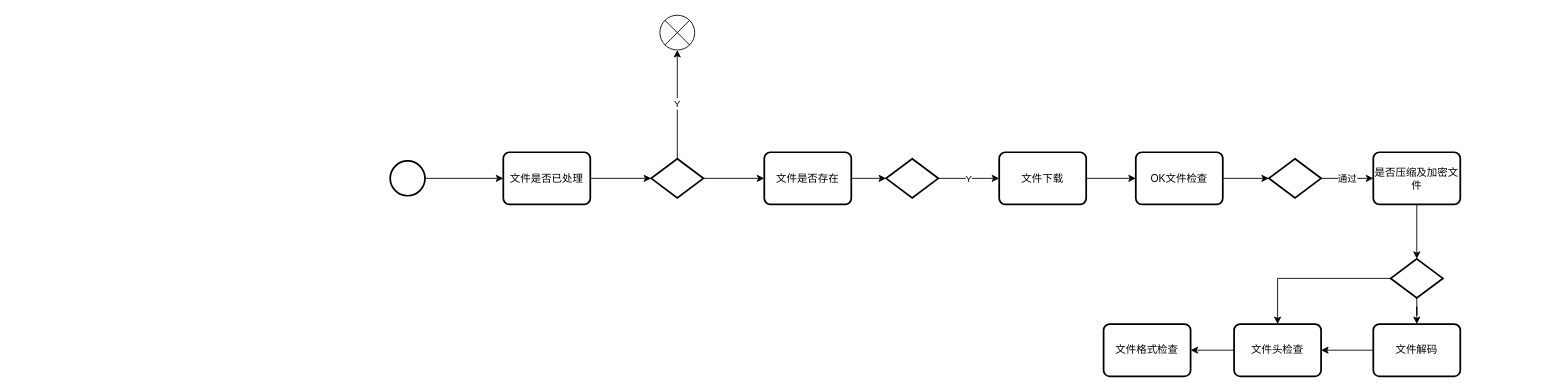
Above: page "Page-5" (5 of 5) of diagrams.net/DDDtest.drawio in ZhengweiHou/simplegit (draw.io), before the change. Source tidied: cells renumbered, new cells numbered last; positions are measured from the earlier drawing's top-left corner, leaving out a move shared by most shapes. Both pictures are drawn from the tidied source at 87%, with x=0, y=0 at pixel (390, 15).
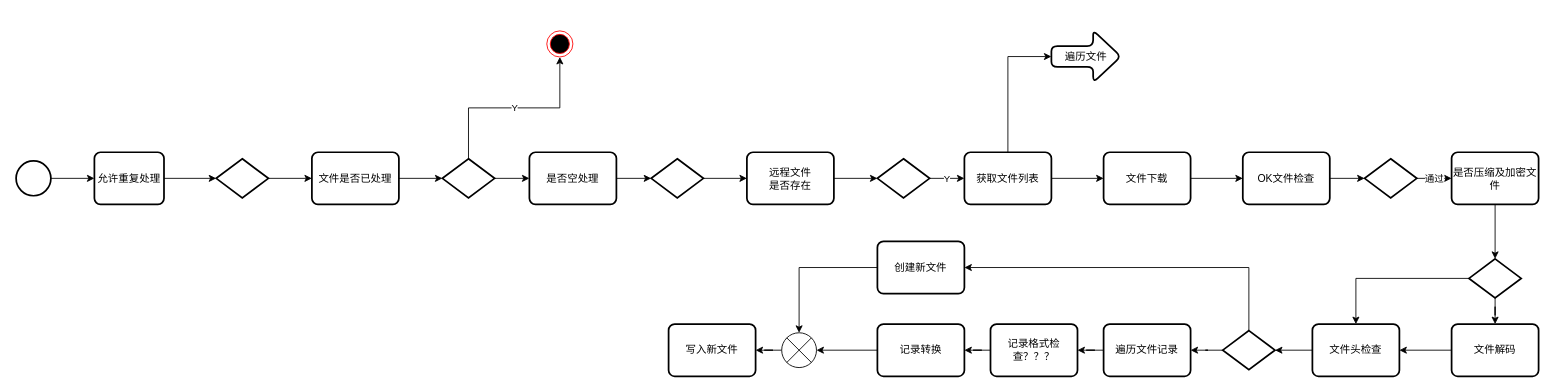
After the change.

What changed in the source:
```diff
@@
     <mxCell id="3" style="strokeWidth=2;html=1;shape=mxgraph.flowchart.start_2;whiteSpace=wrap;" parent="1" vertex="1">
-      <mxGeometry y="167.5" width="40" height="40" as="geometry" />
+      <mxGeometry x="-430" y="167.5" width="40" height="40" as="geometry" />
     </mxCell>
-    <mxCell id="4" style="edgeStyle=orthogonalEdgeStyle;rounded=0;jettySize=auto;html=1;" parent="1" edge="1" source="8" target="5">
+    <mxCell id="4" style="edgeStyle=orthogonalEdgeStyle;rounded=0;jettySize=auto;html=1;entryX=0;entryY=0.5;entryDx=0;entryDy=0;" parent="1" edge="1" source="8" target="41">
       <mxGeometry relative="1" as="geometry" />
     </mxCell>
-    <mxCell id="5" value="文件是否存在" style="rounded=1;whiteSpace=wrap;html=1;absoluteArcSize=1;arcSize=14;strokeWidth=2;" parent="1" vertex="1">
-      <mxGeometry x="430" y="157.5" width="100" height="60" as="geometry" />
+    <mxCell id="5" value="&lt;div&gt;远程文件&lt;/div&gt;&lt;div&gt;是否存在&lt;/div&gt;" style="rounded=1;whiteSpace=wrap;html=1;absoluteArcSize=1;arcSize=14;strokeWidth=2;" parent="1" vertex="1">
+      <mxGeometry x="410" y="157.5" width="100" height="60" as="geometry" />
     </mxCell>
-    <mxCell id="6" value="Y" style="edgeStyle=orthogonalEdgeStyle;rounded=0;jettySize=auto;html=1;" parent="1" edge="1" source="8" target="9">
+    <mxCell id="6" value="Y" style="edgeStyle=orthogonalEdgeStyle;rounded=0;jettySize=auto;html=1;entryX=0.5;entryY=1;entryDx=0;entryDy=0;exitX=0.5;exitY=0;exitDx=0;exitDy=0;exitPerimeter=0;" parent="1" edge="1" source="8" target="54">
       <mxGeometry relative="1" as="geometry" />
     </mxCell>
-    <mxCell id="7" style="edgeStyle=orthogonalEdgeStyle;rounded=0;jettySize=auto;html=1;" parent="1" edge="1" source="11" target="8">
+    <mxCell id="7" style="edgeStyle=orthogonalEdgeStyle;rounded=0;jettySize=auto;html=1;entryX=0;entryY=0.5;entryDx=0;entryDy=0;entryPerimeter=0;" parent="1" edge="1" source="11" target="39">
       <mxGeometry relative="1" as="geometry" />
     </mxCell>
     <mxCell id="8" style="strokeWidth=2;html=1;shape=mxgraph.flowchart.decision;whiteSpace=wrap;" parent="1" vertex="1">
-      <mxGeometry x="300" y="165" width="60" height="45" as="geometry" />
+      <mxGeometry x="60" y="165" width="60" height="45" as="geometry" />
     </mxCell>
+    <mxCell id="30" style="edgeStyle=orthogonalEdgeStyle;rounded=0;jettySize=auto;html=1;" parent="1" edge="1" source="9" target="53">
+      <mxGeometry relative="1" as="geometry" />
+    </mxCell>
     <mxCell id="9" style="verticalLabelPosition=bottom;verticalAlign=top;html=1;shape=mxgraph.flowchart.or;" parent="1" vertex="1">
-      <mxGeometry x="310" width="40" height="40" as="geometry" />
+      <mxGeometry x="450" y="365" width="40" height="40" as="geometry" />
     </mxCell>
@@
-    <mxCell id="11" value="&lt;div&gt;文件是否已处理&lt;/div&gt;" style="rounded=1;whiteSpace=wrap;html=1;absoluteArcSize=1;arcSize=14;strokeWidth=2;" parent="1" vertex="1">
-      <mxGeometry x="130" y="157.5" width="100" height="60" as="geometry" />
+    <mxCell id="11" value="&lt;div&gt;允许重复处理&lt;/div&gt;" style="rounded=1;whiteSpace=wrap;html=1;absoluteArcSize=1;arcSize=14;strokeWidth=2;" parent="1" vertex="1">
+      <mxGeometry x="-340" y="157.5" width="80" height="60" as="geometry" />
     </mxCell>
-    <mxCell id="12" value="Y" style="edgeStyle=orthogonalEdgeStyle;rounded=0;jettySize=auto;html=1;" parent="1" edge="1" source="13" target="22">
+    <mxCell id="12" value="Y" style="edgeStyle=orthogonalEdgeStyle;rounded=0;jettySize=auto;html=1;entryX=0;entryY=0.5;entryDx=0;entryDy=0;" parent="1" edge="1" source="13" target="34">
       <mxGeometry relative="1" as="geometry" />
     </mxCell>
     <mxCell id="13" style="strokeWidth=2;html=1;shape=mxgraph.flowchart.decision;whiteSpace=wrap;" parent="1" vertex="1">
-      <mxGeometry x="570" y="165" width="60" height="45" as="geometry" />
+      <mxGeometry x="560" y="165" width="60" height="45" as="geometry" />
     </mxCell>
@@
     <mxCell id="15" value="是否压缩及加密文件" style="rounded=1;whiteSpace=wrap;html=1;absoluteArcSize=1;arcSize=14;strokeWidth=2;" parent="1" vertex="1">
-      <mxGeometry x="1130" y="157.5" width="100" height="60" as="geometry" />
+      <mxGeometry x="1220" y="157.5" width="100" height="60" as="geometry" />
     </mxCell>
@@
     <mxCell id="17" value="文件解码" style="rounded=1;whiteSpace=wrap;html=1;absoluteArcSize=1;arcSize=14;strokeWidth=2;" parent="1" vertex="1">
-      <mxGeometry x="1130" y="355" width="100" height="60" as="geometry" />
+      <mxGeometry x="1220" y="355" width="100" height="60" as="geometry" />
     </mxCell>
@@
     <mxCell id="20" style="strokeWidth=2;html=1;shape=mxgraph.flowchart.decision;whiteSpace=wrap;" parent="1" vertex="1">
-      <mxGeometry x="1150" y="280" width="60" height="45" as="geometry" />
+      <mxGeometry x="1240" y="280" width="60" height="45" as="geometry" />
     </mxCell>
@@
     <mxCell id="22" value="文件下载" style="rounded=1;whiteSpace=wrap;html=1;absoluteArcSize=1;arcSize=14;strokeWidth=2;" parent="1" vertex="1">
-      <mxGeometry x="700" y="157.5" width="100" height="60" as="geometry" />
+      <mxGeometry x="820" y="157.5" width="100" height="60" as="geometry" />
     </mxCell>
@@
     <mxCell id="24" value="OK文件检查" style="rounded=1;whiteSpace=wrap;html=1;absoluteArcSize=1;arcSize=14;strokeWidth=2;" parent="1" vertex="1">
-      <mxGeometry x="857" y="157.5" width="100" height="60" as="geometry" />
+      <mxGeometry x="980" y="157.5" width="100" height="60" as="geometry" />
     </mxCell>
@@
     <mxCell id="26" style="strokeWidth=2;html=1;shape=mxgraph.flowchart.decision;whiteSpace=wrap;" parent="1" vertex="1">
-      <mxGeometry x="1010" y="165" width="60" height="45" as="geometry" />
+      <mxGeometry x="1120" y="165" width="60" height="45" as="geometry" />
     </mxCell>
-    <mxCell id="27" style="edgeStyle=orthogonalEdgeStyle;rounded=0;jettySize=auto;html=1;" parent="1" edge="1" source="28" target="29">
+    <mxCell id="27" style="edgeStyle=orthogonalEdgeStyle;rounded=0;jettySize=auto;html=1;entryX=1;entryY=0.5;entryDx=0;entryDy=0;entryPerimeter=0;" parent="1" edge="1" source="28" target="46">
       <mxGeometry relative="1" as="geometry" />
     </mxCell>
     <mxCell id="28" value="文件头检查" style="rounded=1;whiteSpace=wrap;html=1;absoluteArcSize=1;arcSize=14;strokeWidth=2;" parent="1" vertex="1">
-      <mxGeometry x="970" y="355" width="100" height="60" as="geometry" />
+      <mxGeometry x="1060" y="355" width="100" height="60" as="geometry" />
     </mxCell>
+    <mxCell id="31" style="edgeStyle=orthogonalEdgeStyle;rounded=0;jettySize=auto;html=1;entryX=1;entryY=0.5;entryDx=0;entryDy=0;" parent="1" edge="1" source="29" target="48">
+      <mxGeometry relative="1" as="geometry" />
+    </mxCell>
-    <mxCell id="29" value="文件格式检查" style="rounded=1;whiteSpace=wrap;html=1;absoluteArcSize=1;arcSize=14;strokeWidth=2;" parent="1" vertex="1">
+    <mxCell id="29" value="遍历文件记录" style="rounded=1;whiteSpace=wrap;html=1;absoluteArcSize=1;arcSize=14;strokeWidth=2;" parent="1" vertex="1">
       <mxGeometry x="820" y="355" width="100" height="60" as="geometry" />
     </mxCell>
+    <mxCell id="32" style="edgeStyle=orthogonalEdgeStyle;rounded=0;jettySize=auto;html=1;" parent="1" edge="1" source="34" target="22">
+      <mxGeometry relative="1" as="geometry" />
+    </mxCell>
+    <mxCell id="33" style="edgeStyle=orthogonalEdgeStyle;rounded=0;jettySize=auto;html=1;entryX=0;entryY=0.5;entryDx=0;entryDy=0;entryPerimeter=0;" parent="1" edge="1" source="34" target="35">
+      <mxGeometry relative="1" as="geometry" />
+    </mxCell>
+    <mxCell id="34" value="&lt;div&gt;获取文件列表&lt;/div&gt;" style="rounded=1;whiteSpace=wrap;html=1;absoluteArcSize=1;arcSize=14;strokeWidth=2;" parent="1" vertex="1">
+      <mxGeometry x="660" y="157.5" width="100" height="60" as="geometry" />
+    </mxCell>
+    <mxCell id="35" value="遍历文件" style="shape=singleArrow;whiteSpace=wrap;html=1;arrowWidth=0.4;arrowSize=0.4;rounded=1;strokeWidth=2;arcSize=14;" parent="1" vertex="1">
+      <mxGeometry x="760" y="17.5" width="80" height="60" as="geometry" />
+    </mxCell>
+    <mxCell id="36" style="edgeStyle=orthogonalEdgeStyle;rounded=0;jettySize=auto;html=1;" parent="1" edge="1" source="37" target="8">
+      <mxGeometry relative="1" as="geometry" />
+    </mxCell>
+    <mxCell id="37" value="&lt;div&gt;文件是否已处理&lt;/div&gt;" style="rounded=1;whiteSpace=wrap;html=1;absoluteArcSize=1;arcSize=14;strokeWidth=2;" parent="1" vertex="1">
+      <mxGeometry x="-90" y="157.5" width="100" height="60" as="geometry" />
+    </mxCell>
+    <mxCell id="38" style="edgeStyle=orthogonalEdgeStyle;rounded=0;jettySize=auto;html=1;" parent="1" edge="1" source="39" target="37">
+      <mxGeometry relative="1" as="geometry" />
+    </mxCell>
+    <mxCell id="39" style="strokeWidth=2;html=1;shape=mxgraph.flowchart.decision;whiteSpace=wrap;" parent="1" vertex="1">
+      <mxGeometry x="-200" y="165" width="60" height="45" as="geometry" />
+    </mxCell>
+    <mxCell id="40" style="edgeStyle=orthogonalEdgeStyle;rounded=0;jettySize=auto;html=1;entryX=0;entryY=0.5;entryDx=0;entryDy=0;entryPerimeter=0;" parent="1" edge="1" source="41" target="43">
+      <mxGeometry relative="1" as="geometry" />
+    </mxCell>
+    <mxCell id="41" value="&lt;div&gt;是否空处理&lt;/div&gt;" style="rounded=1;whiteSpace=wrap;html=1;absoluteArcSize=1;arcSize=14;strokeWidth=2;" parent="1" vertex="1">
+      <mxGeometry x="160" y="157.5" width="100" height="60" as="geometry" />
+    </mxCell>
+    <mxCell id="42" value="&lt;div&gt;&lt;br&gt;&lt;/div&gt;" style="edgeStyle=orthogonalEdgeStyle;rounded=0;jettySize=auto;html=1;entryX=0;entryY=0.5;entryDx=0;entryDy=0;" parent="1" edge="1" source="43" target="5">
+      <mxGeometry relative="1" as="geometry" />
+    </mxCell>
+    <mxCell id="43" style="strokeWidth=2;html=1;shape=mxgraph.flowchart.decision;whiteSpace=wrap;" parent="1" vertex="1">
+      <mxGeometry x="300" y="165" width="60" height="45" as="geometry" />
+    </mxCell>
+    <mxCell id="44" style="edgeStyle=orthogonalEdgeStyle;rounded=0;jettySize=auto;html=1;entryX=1;entryY=0.5;entryDx=0;entryDy=0;" parent="1" edge="1" source="46" target="29">
+      <mxGeometry relative="1" as="geometry" />
+    </mxCell>
+    <mxCell id="45" style="edgeStyle=orthogonalEdgeStyle;rounded=0;jettySize=auto;html=1;entryX=1;entryY=0.5;entryDx=0;entryDy=0;exitX=0.5;exitY=0;exitDx=0;exitDy=0;exitPerimeter=0;" parent="1" edge="1" source="46" target="52">
+      <mxGeometry relative="1" as="geometry" />
+    </mxCell>
+    <mxCell id="46" style="strokeWidth=2;html=1;shape=mxgraph.flowchart.decision;whiteSpace=wrap;" parent="1" vertex="1">
+      <mxGeometry x="957" y="362.5" width="60" height="45" as="geometry" />
+    </mxCell>
+    <mxCell id="47" style="edgeStyle=orthogonalEdgeStyle;rounded=0;jettySize=auto;html=1;" parent="1" edge="1" source="48" target="50">
+      <mxGeometry relative="1" as="geometry" />
+    </mxCell>
+    <mxCell id="48" value="&lt;div&gt;记录格式检查？？？&lt;/div&gt;" style="rounded=1;whiteSpace=wrap;html=1;absoluteArcSize=1;arcSize=14;strokeWidth=2;" parent="1" vertex="1">
+      <mxGeometry x="690" y="355" width="100" height="60" as="geometry" />
+    </mxCell>
+    <mxCell id="49" style="edgeStyle=orthogonalEdgeStyle;rounded=0;jettySize=auto;html=1;" parent="1" edge="1" source="50" target="9">
+      <mxGeometry relative="1" as="geometry" />
+    </mxCell>
+    <mxCell id="50" value="记录转换" style="rounded=1;whiteSpace=wrap;html=1;absoluteArcSize=1;arcSize=14;strokeWidth=2;" parent="1" vertex="1">
+      <mxGeometry x="560" y="355" width="100" height="60" as="geometry" />
+    </mxCell>
+    <mxCell id="51" style="edgeStyle=orthogonalEdgeStyle;rounded=0;jettySize=auto;html=1;entryX=0.5;entryY=0;entryDx=0;entryDy=0;entryPerimeter=0;" parent="1" edge="1" source="52" target="9">
+      <mxGeometry relative="1" as="geometry" />
+    </mxCell>
+    <mxCell id="52" value="创建新文件" style="rounded=1;whiteSpace=wrap;html=1;absoluteArcSize=1;arcSize=14;strokeWidth=2;" parent="1" vertex="1">
+      <mxGeometry x="560" y="260" width="100" height="60" as="geometry" />
+    </mxCell>
+    <mxCell id="53" value="写入新文件" style="rounded=1;whiteSpace=wrap;html=1;absoluteArcSize=1;arcSize=14;strokeWidth=2;" parent="1" vertex="1">
+      <mxGeometry x="320" y="355" width="100" height="60" as="geometry" />
+    </mxCell>
+    <mxCell id="54" style="ellipse;html=1;shape=endState;fillColor=#000000;strokeColor=#ff0000;" parent="1" vertex="1">
+      <mxGeometry x="180" y="18" width="30" height="30" as="geometry" />
+    </mxCell>
```
